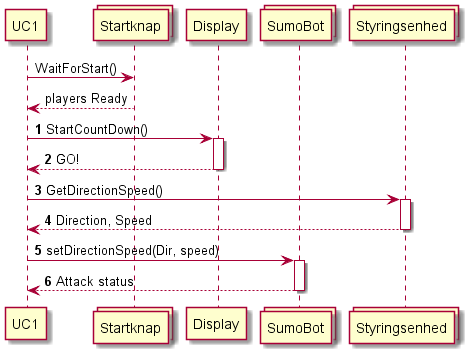
Before: Diagrammer/CentralComputer/Sekvensdiagrammer/UC1_sekvensdiagram/UC1_SD/UC1_SD.png, a diagram exported from PlantUML (Solvgraa-mager/E3PRJ3).
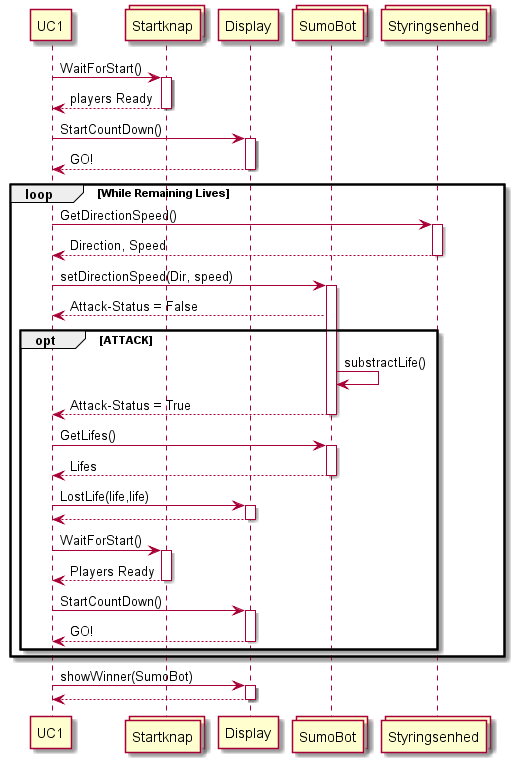
After the change.

Commit message:
SD opdateret //Simon

The edit, as a diff of the source:
```diff
@@ -7,22 +7,45 @@
 collections Styringsenhed
 
 UC1 -> Startknap: WaitForStart()
+activate Startknap
 UC1 <-- Startknap: players Ready
-autonumber
+deactivate Startknap
 UC1 -> Display: StartCountDown()
 activate Display
 UC1 <-- Display: GO!
 deactivate Display
-UC1 -> Styringsenhed: GetDirectionSpeed()
-activate Styringsenhed
-UC1 <-- Styringsenhed: Direction, Speed
-deactivate Styringsenhed
-UC1 -> SumoBot: setDirectionSpeed(Dir, speed)
-activate SumoBot
-UC1 <-- SumoBot: Attack status
-deactivate SumoBot
-
-
-
-
+loop While Remaining Lives
+    UC1 -> Styringsenhed: GetDirectionSpeed()
+    activate Styringsenhed
+    UC1 <-- Styringsenhed: Direction, Speed
+    deactivate Styringsenhed
+    UC1 -> SumoBot: setDirectionSpeed(Dir, speed)
+    activate SumoBot
+    UC1 <-- SumoBot: Attack-Status = False
+    opt ATTACK
+        SumoBot -> SumoBot : substractLife()
+        UC1 <-- SumoBot: Attack-Status = True
+        deactivate SumoBot
+        UC1 -> SumoBot : GetLifes()
+        activate SumoBot
+        SumoBot --> UC1 : Lifes
+        deactivate SumoBot
+        UC1 -> Display : LostLife(life,life)
+        activate Display
+        Display --> UC1 :
+        deactivate Display
+        UC1 -> Startknap : WaitForStart()
+        activate Startknap
+        Startknap --> UC1 : Players Ready
+        deactivate Startknap
+        UC1 -> Display : StartCountDown()
+        activate Display
+        Display --> UC1 : GO!
+        deactivate Display
+    end opt
+end loop
+        UC1 -> Display : showWinner(SumoBot)
+        activate Display
+        Display --> UC1 :
+        deactivate Display
 @enduml
```
